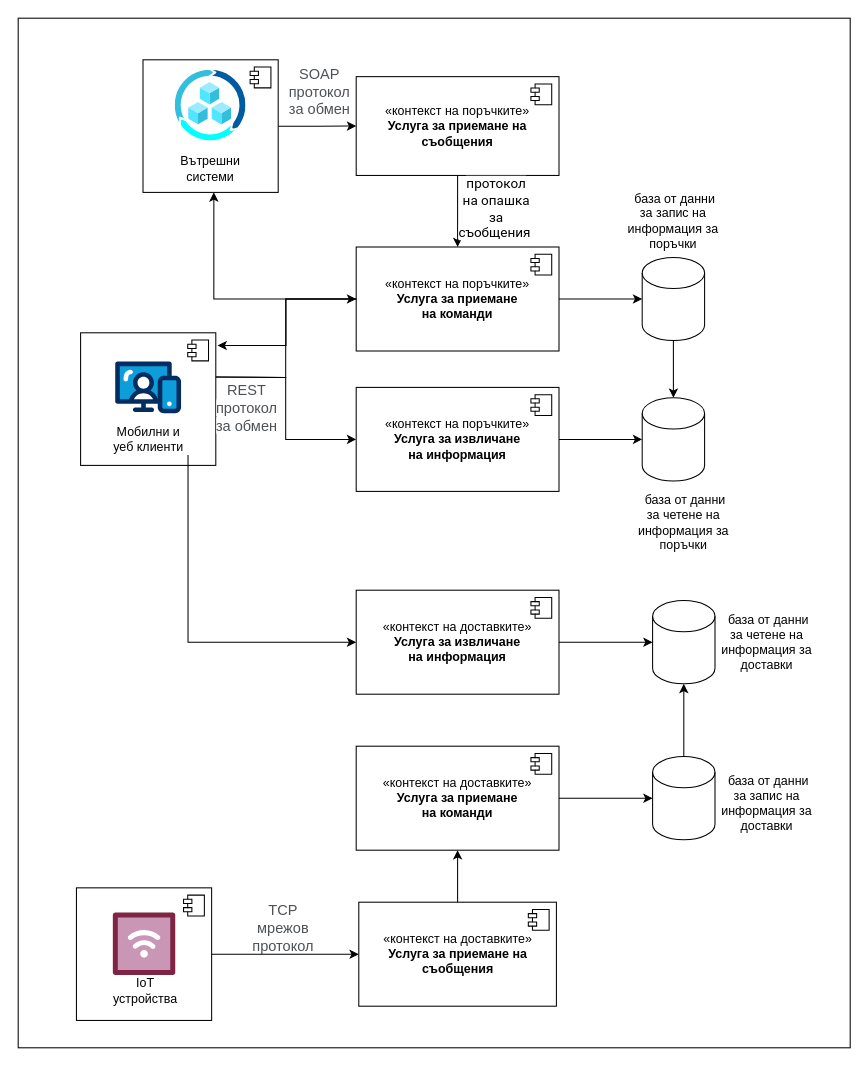
profjordanov/phd keeps this draw.io diagram as Chapter2/ComponentDiagram.drawio. Above is the earlier version. Source tidied: cells renumbered, new cells numbered last; positions are measured from the earlier drawing's top-left corner, leaving out a move shared by most shapes. Both pictures are drawn from the tidied source at 104%, with x=0, y=0 at pixel (18, 18).
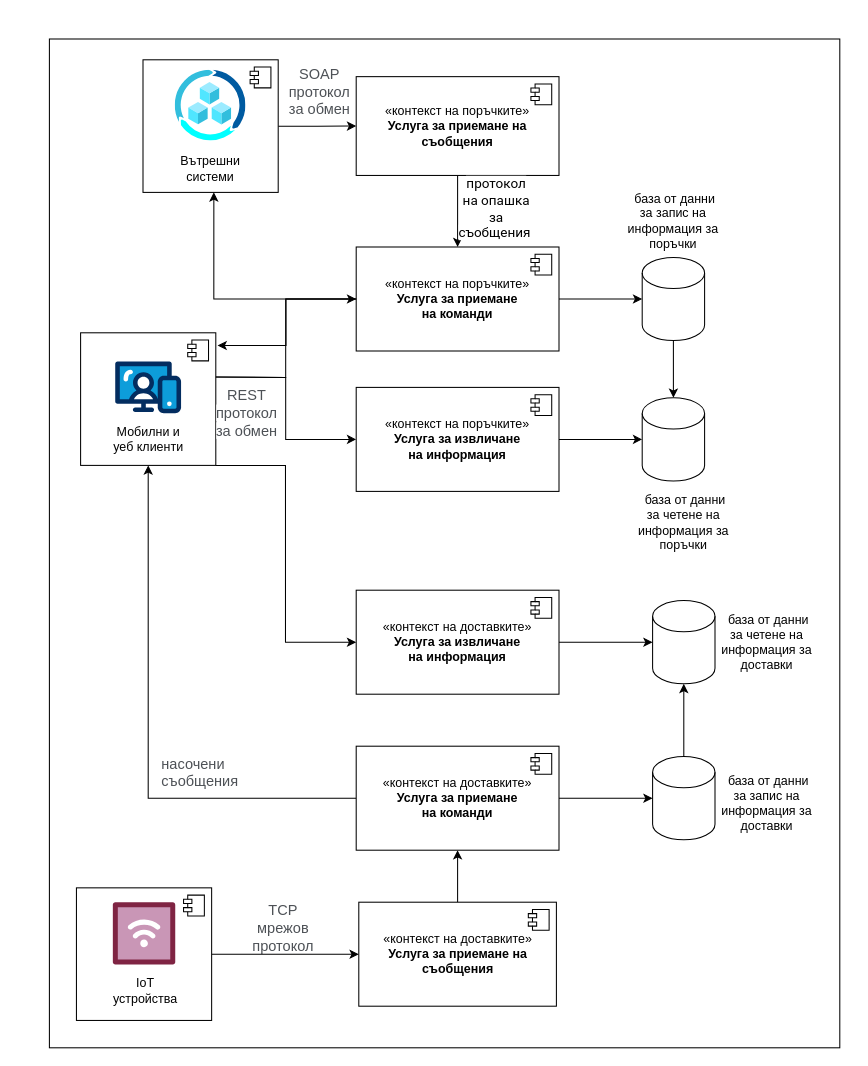
After the change.

Unchanged cells that the change refers to:
```xml
<mxCell id="31" value="«контекст на доставките»&lt;br&gt;&lt;b&gt;Услуга за извличане&lt;br&gt;на информация&lt;/b&gt;" style="html=1;whiteSpace=wrap;" parent="1" vertex="1">
  <mxGeometry x="325" y="550" width="195" height="100" as="geometry" />
</mxCell>
<mxCell id="35" style="html=1;whiteSpace=wrap;" parent="1" vertex="1">
  <mxGeometry x="60" y="302.5" width="130" height="127.5" as="geometry" />
</mxCell>
<mxCell id="39" value="Мобилни и уеб клиенти" style="text;html=1;strokeColor=none;fillColor=none;align=center;verticalAlign=middle;whiteSpace=wrap;rounded=0;" parent="1" vertex="1">
  <mxGeometry x="86.7" y="390" width="76.6" height="30" as="geometry" />
</mxCell>
<mxCell id="42" value="«контекст на доставките»&lt;br&gt;&lt;b&gt;Услуга за приемане&lt;br&gt;на команди&lt;/b&gt;" style="html=1;whiteSpace=wrap;" parent="1" vertex="1">
  <mxGeometry x="325" y="700" width="195" height="100" as="geometry" />
</mxCell>
```

Diff of the diagram source:
```diff
@@
     <mxCell id="2" style="rounded=0;whiteSpace=wrap;html=1;" parent="1" vertex="1">
-      <mxGeometry width="800" height="990" as="geometry" />
+      <mxGeometry x="30" y="20" width="760" height="970" as="geometry" />
     </mxCell>
@@
+    <mxCell id="54" style="edgeStyle=orthogonalEdgeStyle;rounded=0;jettySize=auto;html=1;entryX=0;entryY=0.5;entryDx=0;entryDy=0;" parent="1" edge="1" source="35" target="31">
+      <mxGeometry relative="1" as="geometry">
+        <Array as="points">
+          <mxPoint x="257" y="430" />
+          <mxPoint x="257" y="600" />
+        </Array>
+      </mxGeometry>
+    </mxCell>
@@
-    <mxCell id="38" style="edgeStyle=orthogonalEdgeStyle;rounded=0;jettySize=auto;html=1;entryX=0;entryY=0.5;entryDx=0;entryDy=0;exitX=1;exitY=1;exitDx=0;exitDy=0;" parent="1" edge="1" source="39" target="31">
-      <mxGeometry relative="1" as="geometry" />
-    </mxCell>
@@
+    <mxCell id="55" style="edgeStyle=orthogonalEdgeStyle;rounded=0;jettySize=auto;html=1;entryX=0.5;entryY=1;entryDx=0;entryDy=0;" parent="1" edge="1" source="42" target="35">
+      <mxGeometry relative="1" as="geometry" />
+    </mxCell>
@@
     <mxCell id="47" value="&lt;span style=&quot;color: rgb(77, 81, 86); font-family: arial, sans-serif; font-size: 14px; text-align: left; background-color: rgb(255, 255, 255);&quot;&gt;REST протокол за обмен&lt;/span&gt;" style="text;html=1;align=center;verticalAlign=middle;whiteSpace=wrap;rounded=0;" parent="1" vertex="1">
-      <mxGeometry x="190" y="360" width="60" height="30" as="geometry" />
+      <mxGeometry x="190" y="365" width="60" height="30" as="geometry" />
     </mxCell>
@@
     <mxCell id="52" style="verticalLabelPosition=bottom;html=1;shape=mxgraph.salesforce.iot;" parent="1" vertex="1">
-      <mxGeometry x="91" y="860" width="60" height="60" as="geometry" />
+      <mxGeometry x="91" y="850" width="60" height="60" as="geometry" />
     </mxCell>
@@
+    <mxCell id="56" value="&lt;div style=&quot;text-align: left;&quot;&gt;&lt;span style=&quot;background-color: initial; font-size: 14px;&quot;&gt;&lt;font face=&quot;arial, sans-serif&quot; color=&quot;#4d5156&quot;&gt;насочени съобщения&lt;/font&gt;&lt;/span&gt;&lt;/div&gt;" style="text;html=1;align=center;verticalAlign=middle;whiteSpace=wrap;rounded=0;" parent="1" vertex="1">
+      <mxGeometry x="145" y="710" width="60" height="30" as="geometry" />
+    </mxCell>
```
